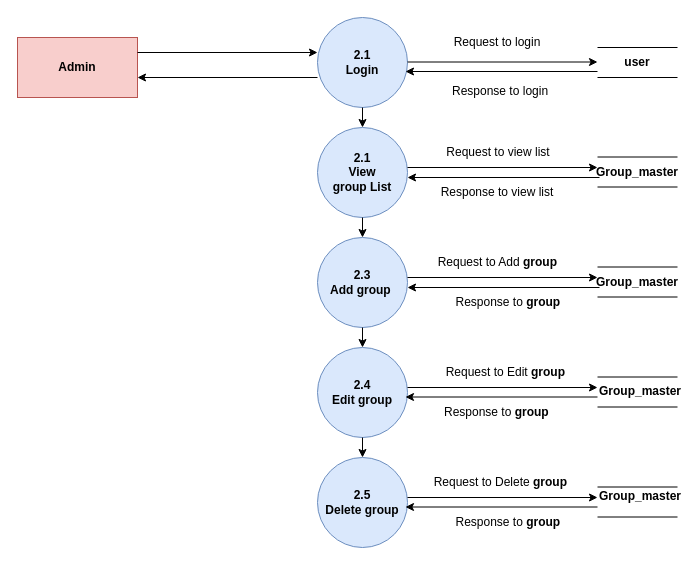
khushipatel2708/OnlineBookStore keeps this draw.io diagram as BookStore/digrams/Admin_2level[role]dfd.drawio. Above is the earlier version. Source tidied: cells renumbered, new cells numbered last; positions are measured from the earlier drawing's top-left corner, leaving out a move shared by most shapes. Both pictures are drawn from the tidied source at 100%, with x=0, y=0 at pixel (17, 17).
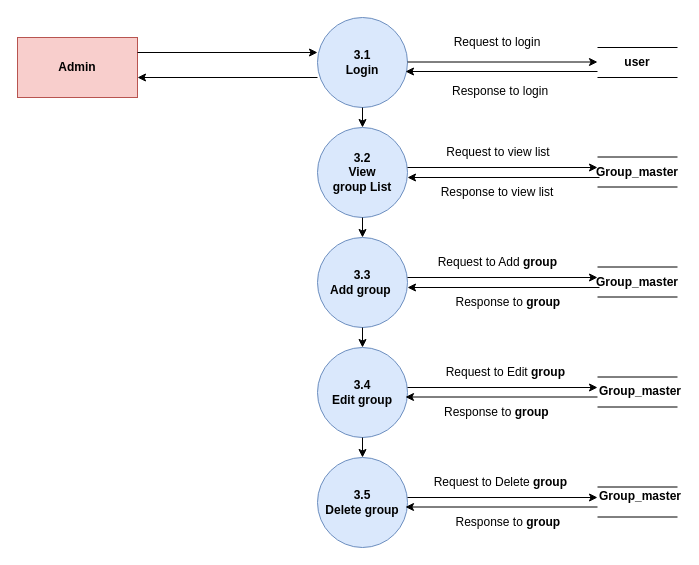
The same diagram, later.

The edit, as a diff of the source:
```diff
@@
-    <mxCell id="3" value="2.1&lt;div&gt;Login&lt;/div&gt;" style="ellipse;html=1;fillColor=#dae8fc;strokeColor=#6c8ebf;fontStyle=1;textShadow=0;whiteSpace=wrap;" parent="1" vertex="1">
+    <mxCell id="3" value="3.1&lt;div&gt;Login&lt;/div&gt;" style="ellipse;html=1;fillColor=#dae8fc;strokeColor=#6c8ebf;fontStyle=1;textShadow=0;whiteSpace=wrap;" parent="1" vertex="1">
       <mxGeometry x="300" width="90" height="90" as="geometry" />
     </mxCell>
-    <mxCell id="4" value="2.3&lt;div&gt;Add&amp;nbsp;&lt;span style=&quot;background-color: transparent; color: light-dark(rgb(0, 0, 0), rgb(255, 255, 255));&quot;&gt;group&lt;/span&gt;&lt;span style=&quot;background-color: transparent; color: light-dark(rgb(0, 0, 0), rgb(255, 255, 255));&quot;&gt;&amp;nbsp;&lt;/span&gt;&lt;/div&gt;" style="ellipse;html=1;fillColor=#dae8fc;strokeColor=#6c8ebf;fontStyle=1;textShadow=0;whiteSpace=wrap;" parent="1" vertex="1">
+    <mxCell id="4" value="3.3&lt;div&gt;Add&amp;nbsp;&lt;span style=&quot;background-color: transparent; color: light-dark(rgb(0, 0, 0), rgb(255, 255, 255));&quot;&gt;group&lt;/span&gt;&lt;span style=&quot;background-color: transparent; color: light-dark(rgb(0, 0, 0), rgb(255, 255, 255));&quot;&gt;&amp;nbsp;&lt;/span&gt;&lt;/div&gt;" style="ellipse;html=1;fillColor=#dae8fc;strokeColor=#6c8ebf;fontStyle=1;textShadow=0;whiteSpace=wrap;" parent="1" vertex="1">
       <mxGeometry x="300" y="220" width="90" height="90" as="geometry" />
     </mxCell>
-    <mxCell id="5" value="2.4&lt;br&gt;Edit group" style="ellipse;html=1;fillColor=#dae8fc;strokeColor=#6c8ebf;fontStyle=1;textShadow=0;whiteSpace=wrap;" parent="1" vertex="1">
+    <mxCell id="5" value="3.4&lt;br&gt;Edit group" style="ellipse;html=1;fillColor=#dae8fc;strokeColor=#6c8ebf;fontStyle=1;textShadow=0;whiteSpace=wrap;" parent="1" vertex="1">
       <mxGeometry x="300" y="330" width="90" height="90" as="geometry" />
     </mxCell>
-    <mxCell id="6" value="2.5&lt;br&gt;Delete group" style="ellipse;html=1;fillColor=#dae8fc;strokeColor=#6c8ebf;fontStyle=1;textShadow=0;whiteSpace=wrap;" parent="1" vertex="1">
+    <mxCell id="6" value="3.5&lt;br&gt;Delete group" style="ellipse;html=1;fillColor=#dae8fc;strokeColor=#6c8ebf;fontStyle=1;textShadow=0;whiteSpace=wrap;" parent="1" vertex="1">
       <mxGeometry x="300" y="440" width="90" height="90" as="geometry" />
     </mxCell>
@@
-    <mxCell id="31" value="2.1&lt;div&gt;View &lt;br&gt;&lt;span style=&quot;background-color: transparent; color: light-dark(rgb(0, 0, 0), rgb(255, 255, 255));&quot;&gt;group List&lt;/span&gt;&lt;/div&gt;" style="ellipse;html=1;fillColor=#dae8fc;strokeColor=#6c8ebf;fontStyle=1;textShadow=0;whiteSpace=wrap;" parent="1" vertex="1">
+    <mxCell id="31" value="3.2&lt;br&gt;&lt;div&gt;View &lt;br&gt;&lt;span style=&quot;background-color: transparent; color: light-dark(rgb(0, 0, 0), rgb(255, 255, 255));&quot;&gt;group List&lt;/span&gt;&lt;/div&gt;" style="ellipse;html=1;fillColor=#dae8fc;strokeColor=#6c8ebf;fontStyle=1;textShadow=0;whiteSpace=wrap;" parent="1" vertex="1">
       <mxGeometry x="300" y="110" width="90" height="90" as="geometry" />
     </mxCell>
```
